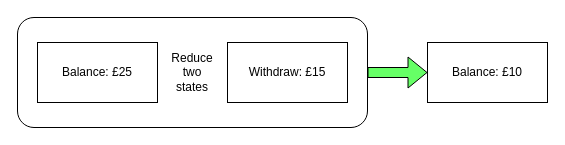
Earlier version of the draw.io diagram Images/reducer-explanation-2.drawio (mrpmorris/Reducible). Source tidied: cells renumbered, new cells numbered last; positions are measured from the earlier drawing's top-left corner, leaving out a move shared by most shapes. Both pictures are drawn from the tidied source at 100%, with x=0, y=0 at pixel (17, 17).
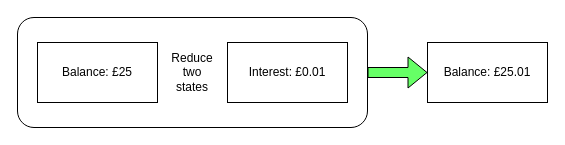
The same page after the edit.

What changed in the source:
```diff
@@
 <mxGraphModel>
   <root>
     <mxCell id="0" />
     <mxCell id="1" parent="0" />
     <mxCell id="2" value="Reduce&lt;br&gt;two&lt;br&gt;states" style="rounded=1;whiteSpace=wrap;html=1;" parent="1" vertex="1">
       <mxGeometry width="350" height="110" as="geometry" />
     </mxCell>
     <mxCell id="3" value="Balance: £25" style="rounded=0;whiteSpace=wrap;html=1;" parent="1" vertex="1">
       <mxGeometry x="20" y="25" width="120" height="60" as="geometry" />
     </mxCell>
-    <mxCell id="4" value="Withdraw: £15" style="rounded=0;whiteSpace=wrap;html=1;" parent="1" vertex="1">
+    <mxCell id="4" value="Interest: £0.01" style="rounded=0;whiteSpace=wrap;html=1;" parent="1" vertex="1">
       <mxGeometry x="210" y="25" width="120" height="60" as="geometry" />
     </mxCell>
-    <mxCell id="5" value="Balance: £10" style="rounded=0;whiteSpace=wrap;html=1;" parent="1" vertex="1">
+    <mxCell id="5" value="Balance: £25.01" style="rounded=0;whiteSpace=wrap;html=1;" parent="1" vertex="1">
       <mxGeometry x="410" y="25" width="120" height="60" as="geometry" />
     </mxCell>
     <mxCell id="6" style="shape=flexArrow;endArrow=classic;html=1;rounded=0;exitX=1;exitY=0.5;exitDx=0;exitDy=0;fillColor=#66FF66;" parent="1" edge="1" source="2" target="5">
       <mxGeometry relative="1" as="geometry" />
     </mxCell>
   </root>
 </mxGraphModel>
```
